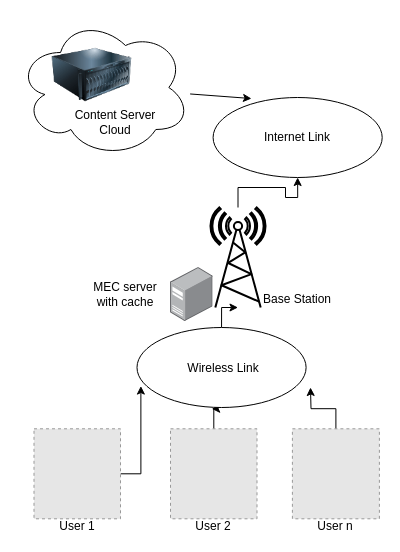
The draw.io diagram ICC2024.drawio in gughets/mrleo, before the edit. Source tidied: cells renumbered, new cells numbered last; positions are measured from the earlier drawing's top-left corner, leaving out a move shared by most shapes. Both pictures are drawn from the tidied source at 100%, with x=0, y=0 at pixel (17, 17). Pictures stored in the file or linked from it are replaced by grey dashed boxes.
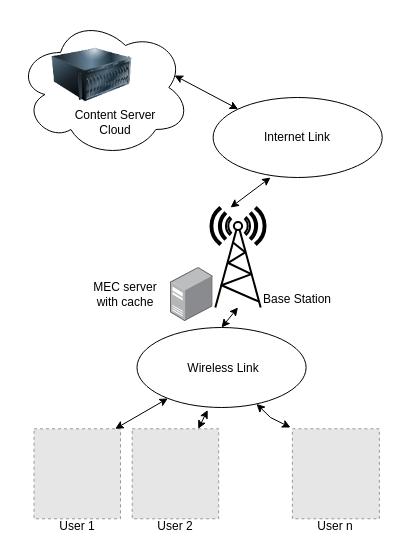
The same diagram, later.

The change refers to these unchanged cells:
```xml
<mxCell id="2" style="ellipse;shape=cloud;whiteSpace=wrap;html=1;" parent="1" vertex="1">
  <mxGeometry x="-0.3" width="173.3" height="140" as="geometry" />
</mxCell>
<mxCell id="4" style="fontColor=#0066CC;verticalAlign=top;verticalLabelPosition=bottom;labelPosition=center;align=center;html=1;fillColor=#FFFFFF;strokeColor=#000000;gradientColor=none;gradientDirection=north;strokeWidth=2;shape=mxgraph.networks.radio_tower;rounded=1;shadow=0;comic=0;labelBackgroundColor=none;" parent="1" vertex="1">
  <mxGeometry x="193" y="190" width="55" height="100" as="geometry" />
</mxCell>
<mxCell id="7" style="fillColor=#E6E6E6;strokeColor=#999999;dashed=1;verticalLabelPosition=bottom;labelBackgroundColor=default;verticalAlign=top;" parent="1" vertex="1">
  <mxGeometry x="16.5" y="411.3" width="86.5" height="90" as="geometry" />
</mxCell>
<mxCell id="11" style="ellipse;whiteSpace=wrap;html=1;" parent="1" vertex="1">
  <mxGeometry x="119.5" y="310" width="169.1" height="80" as="geometry" />
</mxCell>
<mxCell id="19" style="fillColor=#E6E6E6;strokeColor=#999999;dashed=1;verticalLabelPosition=bottom;labelBackgroundColor=default;verticalAlign=top;" parent="1" vertex="1">
  <mxGeometry x="274.9" y="411.3" width="87" height="90" as="geometry" />
</mxCell>
<mxCell id="20" style="ellipse;whiteSpace=wrap;html=1;" parent="1" vertex="1">
  <mxGeometry x="195.6" y="80" width="169.1" height="80" as="geometry" />
</mxCell>
```

Diff of the diagram source:
```diff
@@
-    <mxCell id="3" style="edgeStyle=orthogonalEdgeStyle;rounded=0;jettySize=auto;html=1;" parent="1" edge="1" source="4" target="20">
-      <mxGeometry relative="1" as="geometry" />
-    </mxCell>
@@
-    <mxCell id="6" style="edgeStyle=orthogonalEdgeStyle;rounded=0;jettySize=auto;html=1;entryX=0.023;entryY=0.732;entryDx=0;entryDy=0;entryPerimeter=0;" parent="1" edge="1" source="7" target="11">
-      <mxGeometry relative="1" as="geometry" />
-    </mxCell>
@@
-    <mxCell id="8" style="edgeStyle=orthogonalEdgeStyle;rounded=0;jettySize=auto;html=1;entryX=0.442;entryY=1.025;entryDx=0;entryDy=0;entryPerimeter=0;" parent="1" edge="1" source="9" target="11">
-      <mxGeometry relative="1" as="geometry" />
-    </mxCell>
     <mxCell id="9" style="fillColor=#E6E6E6;strokeColor=#999999;dashed=1;verticalLabelPosition=bottom;labelBackgroundColor=default;verticalAlign=top;" parent="1" vertex="1">
-      <mxGeometry x="153" y="411.3" width="86.5" height="90" as="geometry" />
+      <mxGeometry x="114.7" y="411.3" width="86.5" height="90" as="geometry" />
     </mxCell>
-    <mxCell id="10" style="edgeStyle=orthogonalEdgeStyle;rounded=0;jettySize=auto;html=1;" parent="1" edge="1" source="11" target="4">
-      <mxGeometry relative="1" as="geometry" />
-    </mxCell>
@@
     <mxCell id="15" value="User 2" style="text;html=1;strokeColor=none;fillColor=none;align=center;verticalAlign=middle;whiteSpace=wrap;rounded=0;" parent="1" vertex="1">
-      <mxGeometry x="171.3" y="501.3" width="50" height="15.5" as="geometry" />
+      <mxGeometry x="133" y="501.3" width="50" height="15.5" as="geometry" />
     </mxCell>
@@
-    <mxCell id="18" style="edgeStyle=orthogonalEdgeStyle;rounded=0;jettySize=auto;html=1;" parent="1" edge="1" source="19">
-      <mxGeometry relative="1" as="geometry">
-        <mxPoint x="293" y="370" as="targetPoint" />
-      </mxGeometry>
-    </mxCell>
@@
-    <mxCell id="24" style="rounded=0;jettySize=auto;html=1;entryX=0.227;entryY=0.013;entryDx=0;entryDy=0;entryPerimeter=0;" parent="1" edge="1" source="2" target="20">
+    <mxCell id="24" style="endArrow=classic;startArrow=classic;html=1;rounded=0;entryX=0;entryY=0;entryDx=0;entryDy=0;exitX=0.908;exitY=0.414;exitDx=0;exitDy=0;exitPerimeter=0;" parent="1" edge="1" source="2" target="20">
       <mxGeometry relative="1" as="geometry" />
     </mxCell>
+    <mxCell id="25" style="endArrow=classic;startArrow=classic;html=1;rounded=0;" parent="1" edge="1">
+      <mxGeometry relative="1" as="geometry">
+        <mxPoint x="213" y="190" as="sourcePoint" />
+        <mxPoint x="253" y="160" as="targetPoint" />
+        <Array as="points">
+          <mxPoint x="253" y="160" />
+        </Array>
+      </mxGeometry>
+    </mxCell>
+    <mxCell id="10" style="endArrow=classic;startArrow=classic;html=1;rounded=0;entryX=0.5;entryY=1;entryDx=0;entryDy=0;entryPerimeter=0;exitX=0.5;exitY=0;exitDx=0;exitDy=0;" parent="1" edge="1" source="11" target="4">
+      <mxGeometry relative="1" as="geometry" />
+    </mxCell>
+    <mxCell id="26" style="endArrow=classic;startArrow=classic;html=1;rounded=0;exitX=0.5;exitY=0;exitDx=0;exitDy=0;" parent="1" edge="1" target="11">
+      <mxGeometry relative="1" as="geometry">
+        <mxPoint x="97.7" y="411.3" as="sourcePoint" />
+      </mxGeometry>
+    </mxCell>
+    <mxCell id="8" style="endArrow=classic;startArrow=classic;html=1;rounded=0;entryX=0.418;entryY=1.032;entryDx=0;entryDy=0;entryPerimeter=0;" parent="1" edge="1" source="9" target="11">
+      <mxGeometry relative="1" as="geometry" />
+    </mxCell>
+    <mxCell id="27" style="endArrow=classic;startArrow=classic;html=1;rounded=0;" parent="1" edge="1" target="11">
+      <mxGeometry relative="1" as="geometry">
+        <mxPoint x="273" y="410" as="sourcePoint" />
+        <Array as="points">
+          <mxPoint x="253" y="400" />
+        </Array>
+      </mxGeometry>
+    </mxCell>
```
